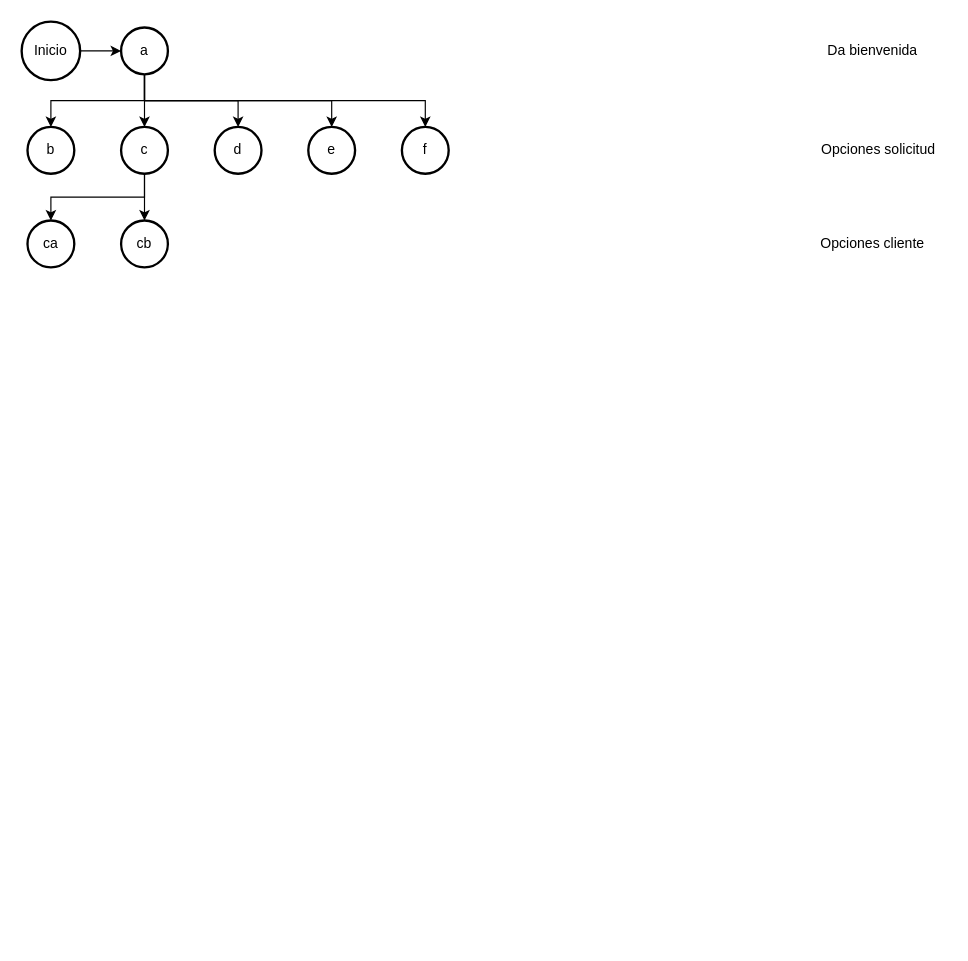
Before: EXPRESS/Reestructura_Estados_Chat.drawio in juan-tm/DIAGRAMAS, a draw.io diagram. Source tidied: cells renumbered, new cells numbered last; positions are measured from the earlier drawing's top-left corner, leaving out a move shared by most shapes. Both pictures are drawn from the tidied source at 117%, with x=0, y=0 at pixel (21, 21).
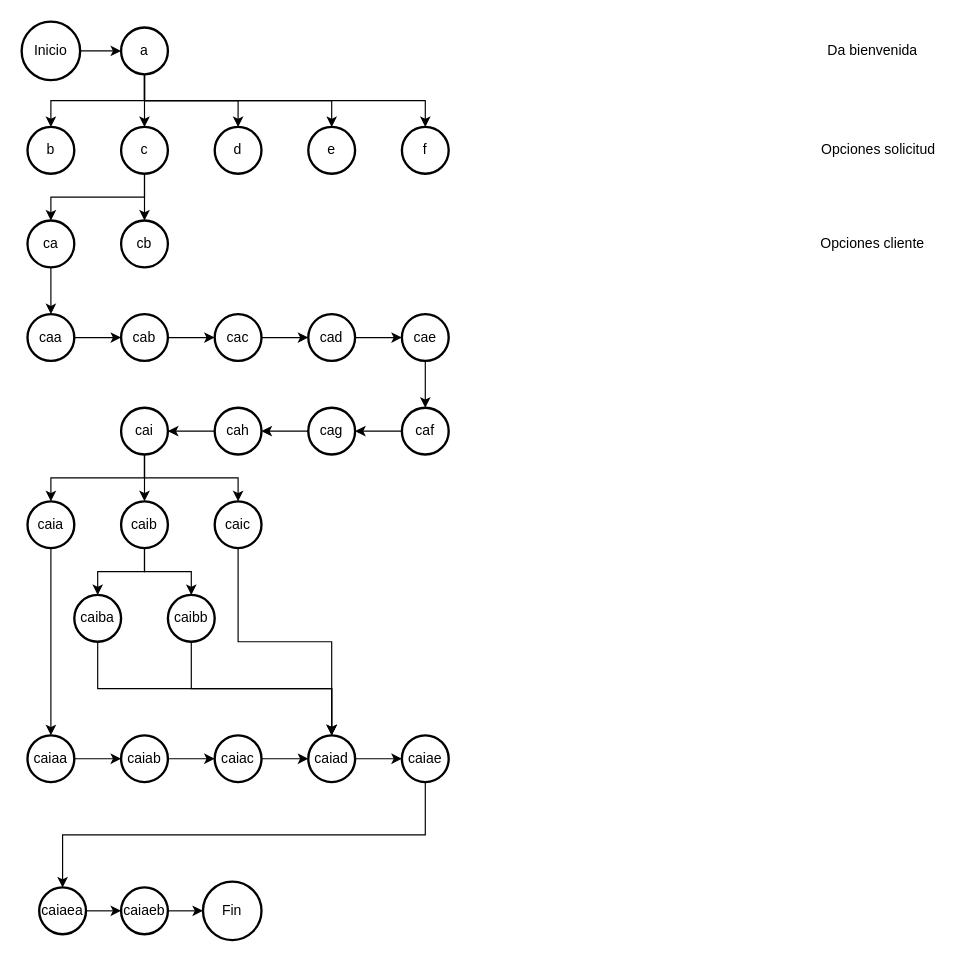
Above is the later version.

Unchanged cells that the change refers to:
```xml
<mxCell id="9" value="ca" style="strokeWidth=2;html=1;shape=mxgraph.flowchart.start_2;whiteSpace=wrap;" parent="1" vertex="1">
  <mxGeometry x="5" y="170" width="40" height="40" as="geometry" />
</mxCell>
```

Change to the diagram source:
```diff
@@
+    <mxCell id="22" value="caa" style="strokeWidth=2;html=1;shape=mxgraph.flowchart.start_2;whiteSpace=wrap;" parent="1" vertex="1">
+      <mxGeometry x="5" y="250" width="40" height="40" as="geometry" />
+    </mxCell>
+    <mxCell id="23" value="cab" style="strokeWidth=2;html=1;shape=mxgraph.flowchart.start_2;whiteSpace=wrap;" parent="1" vertex="1">
+      <mxGeometry x="85" y="250" width="40" height="40" as="geometry" />
+    </mxCell>
+    <mxCell id="24" value="cac" style="strokeWidth=2;html=1;shape=mxgraph.flowchart.start_2;whiteSpace=wrap;" parent="1" vertex="1">
+      <mxGeometry x="165" y="250" width="40" height="40" as="geometry" />
+    </mxCell>
+    <mxCell id="25" value="cad" style="strokeWidth=2;html=1;shape=mxgraph.flowchart.start_2;whiteSpace=wrap;" parent="1" vertex="1">
+      <mxGeometry x="245" y="250" width="40" height="40" as="geometry" />
+    </mxCell>
+    <mxCell id="26" style="edgeStyle=orthogonalEdgeStyle;rounded=0;jettySize=auto;html=1;exitX=0.5;exitY=1;exitDx=0;exitDy=0;exitPerimeter=0;entryX=0.5;entryY=0;entryDx=0;entryDy=0;entryPerimeter=0;" parent="1" edge="1" source="9" target="22">
+      <mxGeometry relative="1" as="geometry" />
+    </mxCell>
+    <mxCell id="27" style="edgeStyle=orthogonalEdgeStyle;rounded=0;jettySize=auto;html=1;exitX=1;exitY=0.5;exitDx=0;exitDy=0;exitPerimeter=0;entryX=0;entryY=0.5;entryDx=0;entryDy=0;entryPerimeter=0;" parent="1" edge="1" source="22" target="23">
+      <mxGeometry relative="1" as="geometry" />
+    </mxCell>
+    <mxCell id="28" style="edgeStyle=orthogonalEdgeStyle;rounded=0;jettySize=auto;html=1;exitX=1;exitY=0.5;exitDx=0;exitDy=0;exitPerimeter=0;entryX=0;entryY=0.5;entryDx=0;entryDy=0;entryPerimeter=0;" parent="1" edge="1" source="23" target="24">
+      <mxGeometry relative="1" as="geometry" />
+    </mxCell>
+    <mxCell id="29" style="edgeStyle=orthogonalEdgeStyle;rounded=0;jettySize=auto;html=1;exitX=1;exitY=0.5;exitDx=0;exitDy=0;exitPerimeter=0;entryX=0;entryY=0.5;entryDx=0;entryDy=0;entryPerimeter=0;" parent="1" edge="1" source="24" target="25">
+      <mxGeometry relative="1" as="geometry" />
+    </mxCell>
+    <mxCell id="30" value="cae" style="strokeWidth=2;html=1;shape=mxgraph.flowchart.start_2;whiteSpace=wrap;" parent="1" vertex="1">
+      <mxGeometry x="325" y="250" width="40" height="40" as="geometry" />
+    </mxCell>
+    <mxCell id="31" style="edgeStyle=orthogonalEdgeStyle;rounded=0;jettySize=auto;html=1;exitX=1;exitY=0.5;exitDx=0;exitDy=0;exitPerimeter=0;entryX=0;entryY=0.5;entryDx=0;entryDy=0;entryPerimeter=0;" parent="1" edge="1" source="25" target="30">
+      <mxGeometry relative="1" as="geometry" />
+    </mxCell>
+    <mxCell id="32" value="caf" style="strokeWidth=2;html=1;shape=mxgraph.flowchart.start_2;whiteSpace=wrap;" parent="1" vertex="1">
+      <mxGeometry x="325" y="330" width="40" height="40" as="geometry" />
+    </mxCell>
+    <mxCell id="33" value="cag" style="strokeWidth=2;html=1;shape=mxgraph.flowchart.start_2;whiteSpace=wrap;" parent="1" vertex="1">
+      <mxGeometry x="245" y="330" width="40" height="40" as="geometry" />
+    </mxCell>
+    <mxCell id="34" value="cah" style="strokeWidth=2;html=1;shape=mxgraph.flowchart.start_2;whiteSpace=wrap;" parent="1" vertex="1">
+      <mxGeometry x="165" y="330" width="40" height="40" as="geometry" />
+    </mxCell>
+    <mxCell id="35" value="cai" style="strokeWidth=2;html=1;shape=mxgraph.flowchart.start_2;whiteSpace=wrap;" parent="1" vertex="1">
+      <mxGeometry x="85" y="330" width="40" height="40" as="geometry" />
+    </mxCell>
+    <mxCell id="36" style="edgeStyle=orthogonalEdgeStyle;rounded=0;jettySize=auto;html=1;exitX=0.5;exitY=1;exitDx=0;exitDy=0;exitPerimeter=0;entryX=0.5;entryY=0;entryDx=0;entryDy=0;entryPerimeter=0;" parent="1" edge="1" source="30" target="32">
+      <mxGeometry relative="1" as="geometry" />
+    </mxCell>
+    <mxCell id="37" style="edgeStyle=orthogonalEdgeStyle;rounded=0;jettySize=auto;html=1;exitX=0;exitY=0.5;exitDx=0;exitDy=0;exitPerimeter=0;entryX=1;entryY=0.5;entryDx=0;entryDy=0;entryPerimeter=0;" parent="1" edge="1" source="32" target="33">
+      <mxGeometry relative="1" as="geometry" />
+    </mxCell>
+    <mxCell id="38" style="edgeStyle=orthogonalEdgeStyle;rounded=0;jettySize=auto;html=1;exitX=0;exitY=0.5;exitDx=0;exitDy=0;exitPerimeter=0;entryX=1;entryY=0.5;entryDx=0;entryDy=0;entryPerimeter=0;" parent="1" edge="1" source="33" target="34">
+      <mxGeometry relative="1" as="geometry" />
+    </mxCell>
+    <mxCell id="39" style="edgeStyle=orthogonalEdgeStyle;rounded=0;jettySize=auto;html=1;exitX=0;exitY=0.5;exitDx=0;exitDy=0;exitPerimeter=0;entryX=1;entryY=0.5;entryDx=0;entryDy=0;entryPerimeter=0;" parent="1" edge="1" source="34" target="35">
+      <mxGeometry relative="1" as="geometry" />
+    </mxCell>
+    <mxCell id="40" value="caia" style="strokeWidth=2;html=1;shape=mxgraph.flowchart.start_2;whiteSpace=wrap;" parent="1" vertex="1">
+      <mxGeometry x="5" y="410" width="40" height="40" as="geometry" />
+    </mxCell>
+    <mxCell id="41" value="caib" style="strokeWidth=2;html=1;shape=mxgraph.flowchart.start_2;whiteSpace=wrap;" parent="1" vertex="1">
+      <mxGeometry x="85" y="410" width="40" height="40" as="geometry" />
+    </mxCell>
+    <mxCell id="42" value="caic" style="strokeWidth=2;html=1;shape=mxgraph.flowchart.start_2;whiteSpace=wrap;" parent="1" vertex="1">
+      <mxGeometry x="165" y="410" width="40" height="40" as="geometry" />
+    </mxCell>
+    <mxCell id="43" style="edgeStyle=orthogonalEdgeStyle;rounded=0;jettySize=auto;html=1;exitX=0.5;exitY=1;exitDx=0;exitDy=0;exitPerimeter=0;entryX=0.5;entryY=0;entryDx=0;entryDy=0;entryPerimeter=0;" parent="1" edge="1" source="35" target="40">
+      <mxGeometry relative="1" as="geometry" />
+    </mxCell>
+    <mxCell id="44" style="edgeStyle=orthogonalEdgeStyle;rounded=0;jettySize=auto;html=1;exitX=0.5;exitY=1;exitDx=0;exitDy=0;exitPerimeter=0;entryX=0.5;entryY=0;entryDx=0;entryDy=0;entryPerimeter=0;" parent="1" edge="1" source="35" target="42">
+      <mxGeometry relative="1" as="geometry" />
+    </mxCell>
+    <mxCell id="45" style="edgeStyle=orthogonalEdgeStyle;rounded=0;jettySize=auto;html=1;exitX=0.5;exitY=1;exitDx=0;exitDy=0;exitPerimeter=0;entryX=0.5;entryY=0;entryDx=0;entryDy=0;entryPerimeter=0;" parent="1" edge="1" source="35" target="41">
+      <mxGeometry relative="1" as="geometry" />
+    </mxCell>
+    <mxCell id="46" value="caiaa" style="strokeWidth=2;html=1;shape=mxgraph.flowchart.start_2;whiteSpace=wrap;" parent="1" vertex="1">
+      <mxGeometry x="5" y="610" width="40" height="40" as="geometry" />
+    </mxCell>
+    <mxCell id="47" value="caiab" style="strokeWidth=2;html=1;shape=mxgraph.flowchart.start_2;whiteSpace=wrap;" parent="1" vertex="1">
+      <mxGeometry x="85" y="610" width="40" height="40" as="geometry" />
+    </mxCell>
+    <mxCell id="48" value="caiad" style="strokeWidth=2;html=1;shape=mxgraph.flowchart.start_2;whiteSpace=wrap;" parent="1" vertex="1">
+      <mxGeometry x="245" y="610" width="40" height="40" as="geometry" />
+    </mxCell>
+    <mxCell id="49" value="caiae" style="strokeWidth=2;html=1;shape=mxgraph.flowchart.start_2;whiteSpace=wrap;" parent="1" vertex="1">
+      <mxGeometry x="325" y="610" width="40" height="40" as="geometry" />
+    </mxCell>
+    <mxCell id="50" style="edgeStyle=orthogonalEdgeStyle;rounded=0;jettySize=auto;html=1;exitX=1;exitY=0.5;exitDx=0;exitDy=0;exitPerimeter=0;entryX=0;entryY=0.5;entryDx=0;entryDy=0;entryPerimeter=0;" parent="1" edge="1" source="46" target="47">
+      <mxGeometry relative="1" as="geometry" />
+    </mxCell>
+    <mxCell id="51" style="edgeStyle=orthogonalEdgeStyle;rounded=0;jettySize=auto;html=1;exitX=1;exitY=0.5;exitDx=0;exitDy=0;exitPerimeter=0;entryX=0;entryY=0.5;entryDx=0;entryDy=0;entryPerimeter=0;" parent="1" edge="1" source="47" target="65">
+      <mxGeometry relative="1" as="geometry" />
+    </mxCell>
+    <mxCell id="52" style="edgeStyle=orthogonalEdgeStyle;rounded=0;jettySize=auto;html=1;exitX=1;exitY=0.5;exitDx=0;exitDy=0;exitPerimeter=0;entryX=0;entryY=0.5;entryDx=0;entryDy=0;entryPerimeter=0;" parent="1" edge="1" source="65" target="48">
+      <mxGeometry relative="1" as="geometry" />
+    </mxCell>
+    <mxCell id="53" style="edgeStyle=orthogonalEdgeStyle;rounded=0;jettySize=auto;html=1;exitX=1;exitY=0.5;exitDx=0;exitDy=0;exitPerimeter=0;entryX=0;entryY=0.5;entryDx=0;entryDy=0;entryPerimeter=0;" parent="1" edge="1" source="48" target="49">
+      <mxGeometry relative="1" as="geometry" />
+    </mxCell>
+    <mxCell id="54" value="caiaea" style="strokeWidth=2;html=1;shape=mxgraph.flowchart.start_2;whiteSpace=wrap;" parent="1" vertex="1">
+      <mxGeometry x="15" y="740" width="40" height="40" as="geometry" />
+    </mxCell>
+    <mxCell id="55" value="caiaeb" style="strokeWidth=2;html=1;shape=mxgraph.flowchart.start_2;whiteSpace=wrap;" parent="1" vertex="1">
+      <mxGeometry x="85" y="740" width="40" height="40" as="geometry" />
+    </mxCell>
+    <mxCell id="56" style="edgeStyle=orthogonalEdgeStyle;rounded=0;jettySize=auto;html=1;exitX=0.5;exitY=1;exitDx=0;exitDy=0;exitPerimeter=0;entryX=0.5;entryY=0;entryDx=0;entryDy=0;entryPerimeter=0;" parent="1" edge="1" source="49" target="54">
+      <mxGeometry relative="1" as="geometry" />
+    </mxCell>
+    <mxCell id="57" style="edgeStyle=orthogonalEdgeStyle;rounded=0;jettySize=auto;html=1;exitX=1;exitY=0.5;exitDx=0;exitDy=0;exitPerimeter=0;entryX=0;entryY=0.5;entryDx=0;entryDy=0;entryPerimeter=0;" parent="1" edge="1" source="54" target="55">
+      <mxGeometry relative="1" as="geometry" />
+    </mxCell>
+    <mxCell id="58" value="Fin" style="strokeWidth=2;html=1;shape=mxgraph.flowchart.start_2;whiteSpace=wrap;" parent="1" vertex="1">
+      <mxGeometry x="155" y="735" width="50" height="50" as="geometry" />
+    </mxCell>
+    <mxCell id="59" style="edgeStyle=orthogonalEdgeStyle;rounded=0;jettySize=auto;html=1;exitX=1;exitY=0.5;exitDx=0;exitDy=0;exitPerimeter=0;entryX=0;entryY=0.5;entryDx=0;entryDy=0;entryPerimeter=0;" parent="1" edge="1" source="55" target="58">
+      <mxGeometry relative="1" as="geometry" />
+    </mxCell>
+    <mxCell id="60" value="caiba" style="strokeWidth=2;html=1;shape=mxgraph.flowchart.start_2;whiteSpace=wrap;" parent="1" vertex="1">
+      <mxGeometry x="45" y="490" width="40" height="40" as="geometry" />
+    </mxCell>
+    <mxCell id="61" value="caibb" style="strokeWidth=2;html=1;shape=mxgraph.flowchart.start_2;whiteSpace=wrap;" parent="1" vertex="1">
+      <mxGeometry x="125" y="490" width="40" height="40" as="geometry" />
+    </mxCell>
+    <mxCell id="62" style="edgeStyle=orthogonalEdgeStyle;rounded=0;jettySize=auto;html=1;exitX=0.5;exitY=1;exitDx=0;exitDy=0;exitPerimeter=0;entryX=0.5;entryY=0;entryDx=0;entryDy=0;entryPerimeter=0;" parent="1" edge="1" source="60" target="48">
+      <mxGeometry relative="1" as="geometry">
+        <Array as="points">
+          <mxPoint x="65" y="570" />
+          <mxPoint x="265" y="570" />
+        </Array>
+      </mxGeometry>
+    </mxCell>
+    <mxCell id="63" style="edgeStyle=orthogonalEdgeStyle;rounded=0;jettySize=auto;html=1;exitX=0.5;exitY=1;exitDx=0;exitDy=0;exitPerimeter=0;entryX=0.5;entryY=0;entryDx=0;entryDy=0;entryPerimeter=0;" parent="1" edge="1" source="42" target="48">
+      <mxGeometry relative="1" as="geometry" />
+    </mxCell>
+    <mxCell id="64" style="edgeStyle=orthogonalEdgeStyle;rounded=0;jettySize=auto;html=1;exitX=0.5;exitY=1;exitDx=0;exitDy=0;exitPerimeter=0;" parent="1" edge="1" source="61">
+      <mxGeometry relative="1" as="geometry">
+        <mxPoint x="265" y="610" as="targetPoint" />
+        <Array as="points">
+          <mxPoint x="145" y="570" />
+          <mxPoint x="265" y="570" />
+        </Array>
+      </mxGeometry>
+    </mxCell>
+    <mxCell id="65" value="caiac" style="strokeWidth=2;html=1;shape=mxgraph.flowchart.start_2;whiteSpace=wrap;" parent="1" vertex="1">
+      <mxGeometry x="165" y="610" width="40" height="40" as="geometry" />
+    </mxCell>
+    <mxCell id="66" style="edgeStyle=orthogonalEdgeStyle;rounded=0;jettySize=auto;html=1;exitX=0.5;exitY=1;exitDx=0;exitDy=0;exitPerimeter=0;entryX=0.5;entryY=0;entryDx=0;entryDy=0;entryPerimeter=0;" parent="1" edge="1" source="40" target="46">
+      <mxGeometry relative="1" as="geometry" />
+    </mxCell>
+    <mxCell id="67" style="edgeStyle=orthogonalEdgeStyle;rounded=0;jettySize=auto;html=1;exitX=0.5;exitY=1;exitDx=0;exitDy=0;exitPerimeter=0;entryX=0.5;entryY=0;entryDx=0;entryDy=0;entryPerimeter=0;" parent="1" edge="1" source="41" target="60">
+      <mxGeometry relative="1" as="geometry" />
+    </mxCell>
+    <mxCell id="68" style="edgeStyle=orthogonalEdgeStyle;rounded=0;jettySize=auto;html=1;exitX=0.5;exitY=1;exitDx=0;exitDy=0;exitPerimeter=0;entryX=0.5;entryY=0;entryDx=0;entryDy=0;entryPerimeter=0;" parent="1" edge="1" source="41" target="61">
+      <mxGeometry relative="1" as="geometry" />
+    </mxCell>
```
